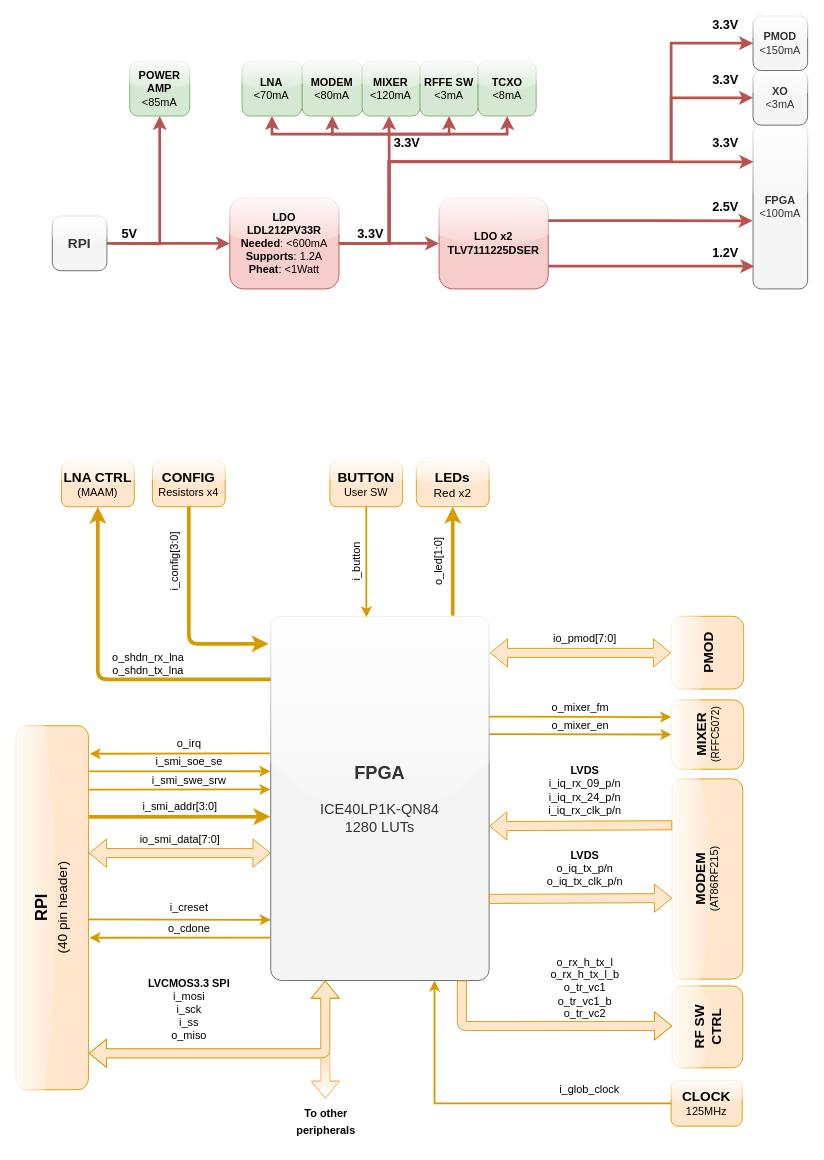
This is page "FPGA I/O" (1 of 3) of docs/fpga/FPGA_diagram.drawio from cariboulabs/cariboulite, a draw.io file, before an edit. Source tidied: cells renumbered, new cells numbered last; positions are measured from the earlier drawing's top-left corner, leaving out a move shared by most shapes. Both pictures are drawn from the tidied source at 91%, with x=0, y=0 at pixel (-130, 15).
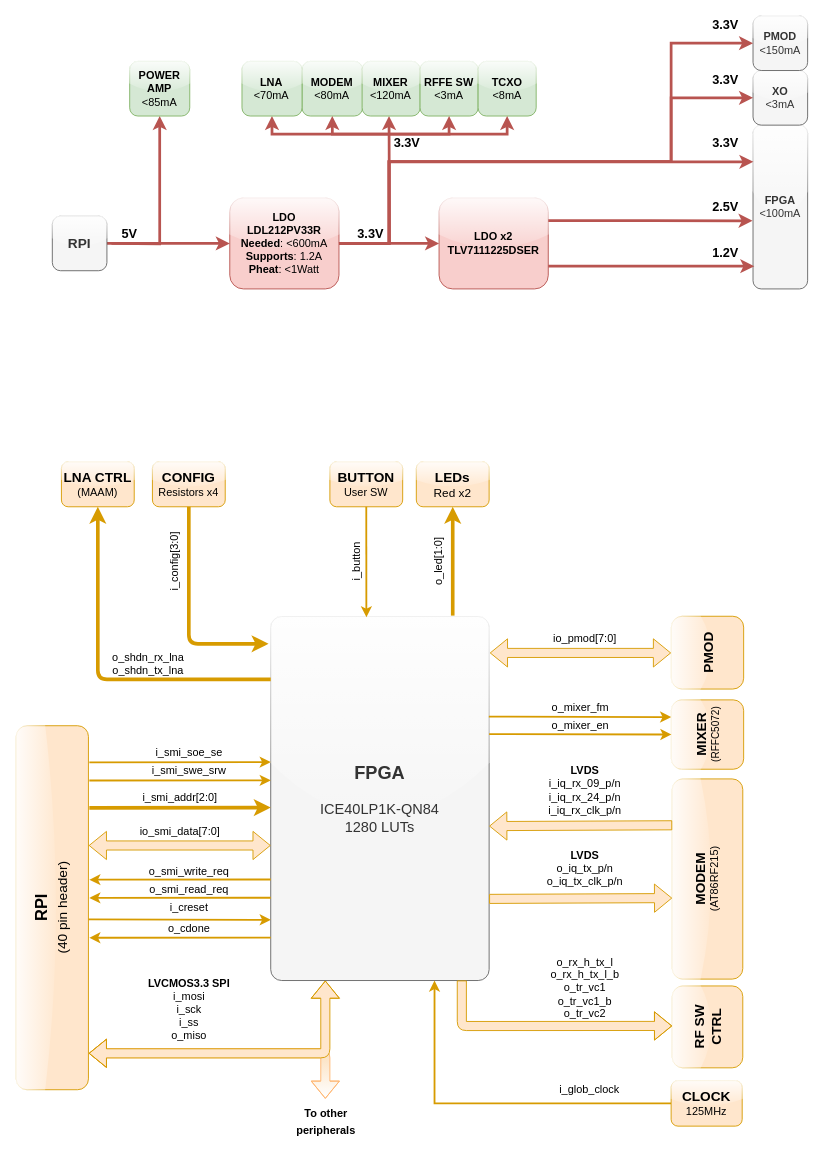
After the change.

Unchanged cells that the change refers to:
```xml
<mxCell id="2" value="&lt;font size=&quot;1&quot;&gt;&lt;b style=&quot;font-size: 20px&quot;&gt;FPGA&lt;/b&gt;&lt;/font&gt;&lt;br style=&quot;font-size: 16px&quot;&gt;&lt;br style=&quot;font-size: 16px&quot;&gt;ICE40LP1K-QN84&lt;br style=&quot;font-size: 16px&quot;&gt;1280 LUTs" style="rounded=1;whiteSpace=wrap;html=1;fillColor=#f5f5f5;strokeColor=#666666;fontColor=#333333;fontSize=16;glass=1;arcSize=5;shadow=0;sketch=0;" parent="1" vertex="1">
  <mxGeometry x="440" y="660" width="240" height="400" as="geometry" />
</mxCell>
<mxCell id="4" value="&lt;font&gt;&lt;b style=&quot;font-size: 18px&quot;&gt;RPI&lt;/b&gt;&lt;br&gt;&lt;font style=&quot;font-size: 15px&quot;&gt;(40 pin header)&lt;/font&gt;&lt;br&gt;&lt;/font&gt;" style="rounded=1;whiteSpace=wrap;html=1;rotation=-90;fillColor=#ffe6cc;strokeColor=#d79b00;fontSize=18;glass=1;" parent="1" vertex="1">
  <mxGeometry y="940.3" width="400" height="79.4" as="geometry" />
</mxCell>
```

Change to the diagram source:
```diff
@@
     <mxCell id="40" style="shape=flexArrow;endArrow=classic;startArrow=classic;html=1;strokeWidth=1;entryX=0;entryY=0.75;entryDx=0;entryDy=0;fillColor=#ffe6cc;strokeColor=#d79b00;" parent="1" edge="1">
       <mxGeometry relative="1" as="geometry">
-        <mxPoint x="240" y="920" as="sourcePoint" />
-        <mxPoint x="440" y="920" as="targetPoint" />
+        <mxPoint x="240" y="911.6" as="sourcePoint" />
+        <mxPoint x="440" y="911.6" as="targetPoint" />
       </mxGeometry>
     </mxCell>
     <mxCell id="41" value="io_smi_data[7:0]" style="text;html=1;align=center;verticalAlign=middle;" parent="1" vertex="1">
-      <mxGeometry x="290" y="895.4" width="100" height="20" as="geometry" />
+      <mxGeometry x="290" y="887" width="100" height="20" as="geometry" />
     </mxCell>
     <mxCell id="42" style="endArrow=none;html=1;entryX=1.003;entryY=0.888;entryDx=0;entryDy=0;entryPerimeter=0;startArrow=classic;startFill=1;endFill=0;strokeWidth=4;fillColor=#ffe6cc;strokeColor=#d79b00;" parent="1" edge="1">
       <mxGeometry relative="1" as="geometry">
-        <mxPoint x="439.6" y="880" as="sourcePoint" />
-        <mxPoint x="240.4" y="880.2" as="targetPoint" />
+        <mxPoint x="440" y="870" as="sourcePoint" />
+        <mxPoint x="240.7" y="870.2" as="targetPoint" />
       </mxGeometry>
     </mxCell>
-    <mxCell id="43" value="i_smi_addr[3:0]" style="text;html=1;align=center;verticalAlign=middle;" parent="1" vertex="1">
-      <mxGeometry x="290" y="859" width="100" height="20" as="geometry" />
+    <mxCell id="43" value="i_smi_addr[2:0]" style="text;html=1;align=center;verticalAlign=middle;" parent="1" vertex="1">
+      <mxGeometry x="290.4" y="849" width="100" height="20" as="geometry" />
     </mxCell>
     <mxCell id="44" style="endArrow=none;html=1;entryX=1.003;entryY=0.888;entryDx=0;entryDy=0;entryPerimeter=0;startArrow=classic;startFill=1;endFill=0;strokeWidth=2;fillColor=#ffe6cc;strokeColor=#d79b00;" parent="1" edge="1">
       <mxGeometry relative="1" as="geometry">
-        <mxPoint x="439.6" y="850" as="sourcePoint" />
-        <mxPoint x="240.4" y="850.2" as="targetPoint" />
+        <mxPoint x="440" y="840" as="sourcePoint" />
+        <mxPoint x="240.7" y="840.2" as="targetPoint" />
       </mxGeometry>
     </mxCell>
     <mxCell id="45" style="endArrow=none;html=1;entryX=1.003;entryY=0.888;entryDx=0;entryDy=0;entryPerimeter=0;startArrow=classic;startFill=1;endFill=0;strokeWidth=2;fillColor=#ffe6cc;strokeColor=#d79b00;" parent="1" edge="1">
       <mxGeometry relative="1" as="geometry">
-        <mxPoint x="439.6" y="830" as="sourcePoint" />
-        <mxPoint x="240.4" y="830.2" as="targetPoint" />
+        <mxPoint x="440" y="820" as="sourcePoint" />
+        <mxPoint x="240.7" y="820.2" as="targetPoint" />
       </mxGeometry>
     </mxCell>
     <mxCell id="46" value="i_smi_swe_srw" style="text;html=1;align=center;verticalAlign=middle;" parent="1" vertex="1">
-      <mxGeometry x="300" y="830" width="100" height="20" as="geometry" />
+      <mxGeometry x="300.4" y="820" width="100" height="20" as="geometry" />
     </mxCell>
     <mxCell id="47" value="i_smi_soe_se" style="text;html=1;align=center;verticalAlign=middle;" parent="1" vertex="1">
-      <mxGeometry x="305" y="810" width="90" height="20" as="geometry" />
+      <mxGeometry x="305.4" y="800" width="90" height="20" as="geometry" />
     </mxCell>
@@
-    <mxCell id="80" style="endArrow=none;html=1;entryX=-0.002;entryY=0.376;entryDx=0;entryDy=0;entryPerimeter=0;startArrow=classic;startFill=1;endFill=0;strokeWidth=2;fillColor=#ffe6cc;strokeColor=#d79b00;exitX=0.923;exitY=1.017;exitDx=0;exitDy=0;exitPerimeter=0;" parent="1" edge="1" source="4" target="2">
-      <mxGeometry relative="1" as="geometry" />
-    </mxCell>
-    <mxCell id="81" value="o_irq" style="text;html=1;align=center;verticalAlign=middle;" parent="1" vertex="1">
-      <mxGeometry x="330" y="790" width="40" height="20" as="geometry" />
-    </mxCell>
@@
+    <mxCell id="85" style="endArrow=classic;html=1;entryX=1.003;entryY=0.888;entryDx=0;entryDy=0;entryPerimeter=0;fillColor=#ffe6cc;strokeColor=#d79b00;strokeWidth=2;" parent="1" edge="1">
+      <mxGeometry relative="1" as="geometry">
+        <mxPoint x="440" y="969" as="sourcePoint" />
+        <mxPoint x="240.7" y="969.2" as="targetPoint" />
+      </mxGeometry>
+    </mxCell>
+    <mxCell id="86" value="o_smi_read_req" style="text;html=1;align=center;verticalAlign=middle;" parent="1" vertex="1">
+      <mxGeometry x="300" y="950" width="100" height="20" as="geometry" />
+    </mxCell>
+    <mxCell id="87" style="endArrow=classic;html=1;entryX=1.003;entryY=0.888;entryDx=0;entryDy=0;entryPerimeter=0;fillColor=#ffe6cc;strokeColor=#d79b00;strokeWidth=2;" parent="1" edge="1">
+      <mxGeometry relative="1" as="geometry">
+        <mxPoint x="440" y="949" as="sourcePoint" />
+        <mxPoint x="240.7" y="949.2" as="targetPoint" />
+      </mxGeometry>
+    </mxCell>
+    <mxCell id="88" value="o_smi_write_req" style="text;html=1;align=center;verticalAlign=middle;" parent="1" vertex="1">
+      <mxGeometry x="300" y="930" width="100" height="20" as="geometry" />
+    </mxCell>
```
